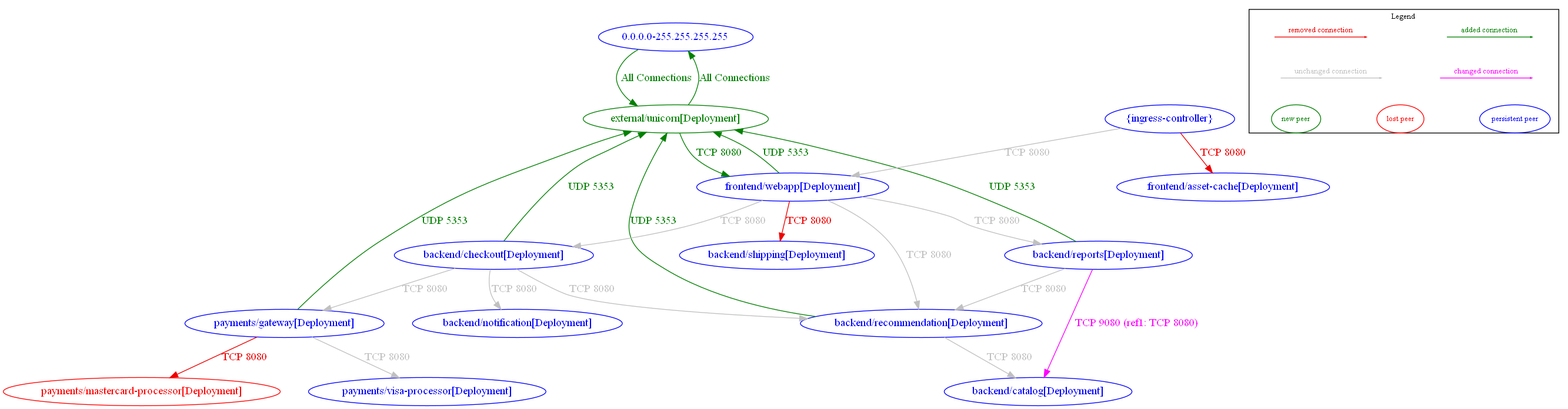
Before: test_outputs/diff/diff_between_acs-security-demos-new_and_acs-security-demos.dot.png, a diagram exported from Graphviz (np-guard/netpol-analyzer). Its source is kept beside it as test_outputs/diff/diff_between_acs-security-demos-new_and_acs-security-demos.dot. The source it was exported from:
```dot
digraph {
	"0.0.0.0-255.255.255.255" [label="0.0.0.0-255.255.255.255" color="blue" fontcolor="blue"]
	"backend/catalog[Deployment]" [label="backend/catalog[Deployment]" color="blue" fontcolor="blue"]
	"backend/checkout[Deployment]" [label="backend/checkout[Deployment]" color="blue" fontcolor="blue"]
	"backend/notification[Deployment]" [label="backend/notification[Deployment]" color="blue" fontcolor="blue"]
	"backend/recommendation[Deployment]" [label="backend/recommendation[Deployment]" color="blue" fontcolor="blue"]
	"backend/reports[Deployment]" [label="backend/reports[Deployment]" color="blue" fontcolor="blue"]
	"backend/shipping[Deployment]" [label="backend/shipping[Deployment]" color="blue" fontcolor="blue"]
	"external/unicorn[Deployment]" [label="external/unicorn[Deployment]" color="#008000" fontcolor="#008000"]
	"frontend/asset-cache[Deployment]" [label="frontend/asset-cache[Deployment]" color="blue" fontcolor="blue"]
	"frontend/webapp[Deployment]" [label="frontend/webapp[Deployment]" color="blue" fontcolor="blue"]
	"payments/gateway[Deployment]" [label="payments/gateway[Deployment]" color="blue" fontcolor="blue"]
	"payments/mastercard-processor[Deployment]" [label="payments/mastercard-processor[Deployment]" color="red" fontcolor="red"]
	"payments/visa-processor[Deployment]" [label="payments/visa-processor[Deployment]" color="blue" fontcolor="blue"]
	"{ingress-controller}" [label="{ingress-controller}" color="blue" fontcolor="blue"]
	"0.0.0.0-255.255.255.255" -> "external/unicorn[Deployment]" [label="All Connections" color="#008000" fontcolor="#008000"]
	"backend/checkout[Deployment]" -> "backend/notification[Deployment]" [label="TCP 8080" color="grey" fontcolor="grey"]
	"backend/checkout[Deployment]" -> "backend/recommendation[Deployment]" [label="TCP 8080" color="grey" fontcolor="grey"]
	"backend/checkout[Deployment]" -> "external/unicorn[Deployment]" [label="UDP 5353" color="#008000" fontcolor="#008000"]
	"backend/checkout[Deployment]" -> "payments/gateway[Deployment]" [label="TCP 8080" color="grey" fontcolor="grey"]
	"backend/recommendation[Deployment]" -> "backend/catalog[Deployment]" [label="TCP 8080" color="grey" fontcolor="grey"]
	"backend/recommendation[Deployment]" -> "external/unicorn[Deployment]" [label="UDP 5353" color="#008000" fontcolor="#008000"]
	"backend/reports[Deployment]" -> "backend/catalog[Deployment]" [label="TCP 9080 (ref1: TCP 8080)" color="magenta" fontcolor="magenta"]
	"backend/reports[Deployment]" -> "backend/recommendation[Deployment]" [label="TCP 8080" color="grey" fontcolor="grey"]
	"backend/reports[Deployment]" -> "external/unicorn[Deployment]" [label="UDP 5353" color="#008000" fontcolor="#008000"]
	"external/unicorn[Deployment]" -> "0.0.0.0-255.255.255.255" [label="All Connections" color="#008000" fontcolor="#008000"]
	"external/unicorn[Deployment]" -> "frontend/webapp[Deployment]" [label="TCP 8080" color="#008000" fontcolor="#008000"]
	"frontend/webapp[Deployment]" -> "backend/checkout[Deployment]" [label="TCP 8080" color="grey" fontcolor="grey"]
	"frontend/webapp[Deployment]" -> "backend/recommendation[Deployment]" [label="TCP 8080" color="grey" fontcolor="grey"]
	"frontend/webapp[Deployment]" -> "backend/reports[Deployment]" [label="TCP 8080" color="grey" fontcolor="grey"]
	"frontend/webapp[Deployment]" -> "backend/shipping[Deployment]" [label="TCP 8080" color="red2" fontcolor="red2"]
	"frontend/webapp[Deployment]" -> "external/unicorn[Deployment]" [label="UDP 5353" color="#008000" fontcolor="#008000"]
	"payments/gateway[Deployment]" -> "external/unicorn[Deployment]" [label="UDP 5353" color="#008000" fontcolor="#008000"]
	"payments/gateway[Deployment]" -> "payments/mastercard-processor[Deployment]" [label="TCP 8080" color="red2" fontcolor="red2"]
	"payments/gateway[Deployment]" -> "payments/visa-processor[Deployment]" [label="TCP 8080" color="grey" fontcolor="grey"]
	"{ingress-controller}" -> "frontend/asset-cache[Deployment]" [label="TCP 8080" color="red2" fontcolor="red2"]
	"{ingress-controller}" -> "frontend/webapp[Deployment]" [label="TCP 8080" color="grey" fontcolor="grey"]
	nodesep=0.5
	subgraph cluster_legend {
		label="Legend"
		fontsize = 10
		margin=0
		a [style=invis height=0 width=0]
		b [style=invis height=0 width=0]
		c [style=invis height=0 width=0]
		d [style=invis height=0 width=0]
		e [style=invis height=0 width=0]
		f [style=invis height=0 width=0]
		g [style=invis height=0 width=0]
		h [style=invis height=0 width=0]
		{rank=source a b c d}
		{rank=same e f g h}
		a -> b [label="added connection", color="#008000" fontcolor="#008000" fontsize = 10 arrowsize=0.2]
		c -> d [label="removed connection", color="red2" fontcolor="red2" fontsize = 10 arrowsize=0.2]
		e -> f [label="changed connection", color="magenta" fontcolor="magenta" fontsize = 10 arrowsize=0.2]
		g -> h [label="unchanged connection", color="grey" fontcolor="grey" fontsize = 10 arrowsize=0.2]
		np [label="new peer" color="#008000" fontcolor="#008000" fontsize = 10]
		lp [label="lost peer" color="red" fontcolor="red" fontsize = 10]
		pp [label="persistent peer" color="blue" fontcolor="blue" fontsize = 10]
		{rank=sink np lp pp}
		np->lp [style=invis]
		lp->pp [style=invis]
	}
}
```
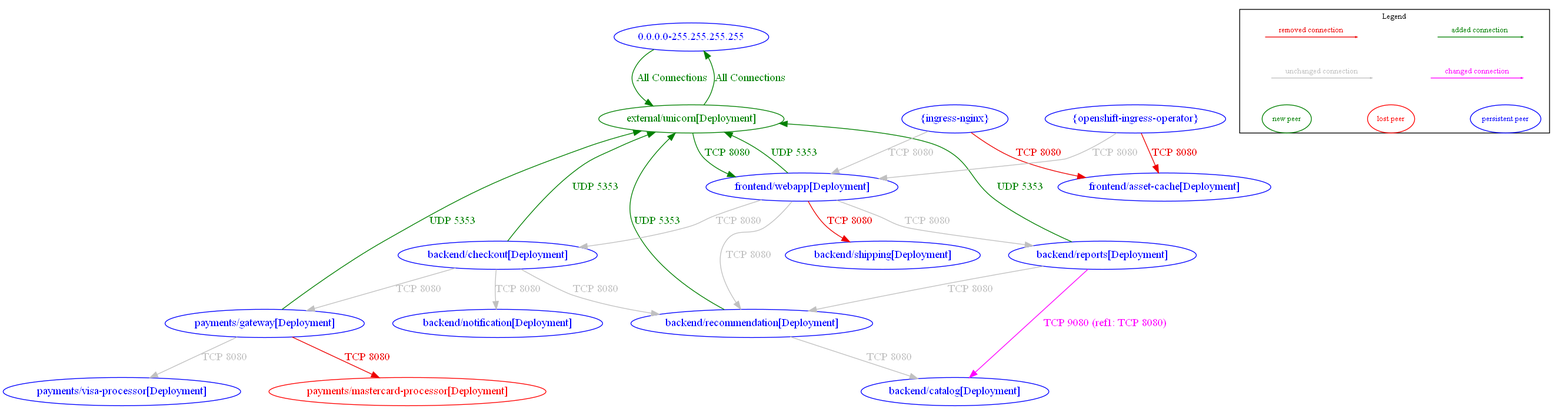
The same diagram one commit later.

The edit, as a diff of the source:
```diff
@@ -12,7 +12,8 @@
 	"payments/gateway[Deployment]" [label="payments/gateway[Deployment]" color="blue" fontcolor="blue"]
 	"payments/mastercard-processor[Deployment]" [label="payments/mastercard-processor[Deployment]" color="red" fontcolor="red"]
 	"payments/visa-processor[Deployment]" [label="payments/visa-processor[Deployment]" color="blue" fontcolor="blue"]
-	"{ingress-controller}" [label="{ingress-controller}" color="blue" fontcolor="blue"]
+	"{ingress-nginx}" [label="{ingress-nginx}" color="blue" fontcolor="blue"]
+	"{openshift-ingress-operator}" [label="{openshift-ingress-operator}" color="blue" fontcolor="blue"]
 	"0.0.0.0-255.255.255.255" -> "external/unicorn[Deployment]" [label="All Connections" color="#008000" fontcolor="#008000"]
 	"backend/checkout[Deployment]" -> "backend/notification[Deployment]" [label="TCP 8080" color="grey" fontcolor="grey"]
 	"backend/checkout[Deployment]" -> "backend/recommendation[Deployment]" [label="TCP 8080" color="grey" fontcolor="grey"]
@@ -33,8 +34,10 @@
 	"payments/gateway[Deployment]" -> "external/unicorn[Deployment]" [label="UDP 5353" color="#008000" fontcolor="#008000"]
 	"payments/gateway[Deployment]" -> "payments/mastercard-processor[Deployment]" [label="TCP 8080" color="red2" fontcolor="red2"]
 	"payments/gateway[Deployment]" -> "payments/visa-processor[Deployment]" [label="TCP 8080" color="grey" fontcolor="grey"]
-	"{ingress-controller}" -> "frontend/asset-cache[Deployment]" [label="TCP 8080" color="red2" fontcolor="red2"]
-	"{ingress-controller}" -> "frontend/webapp[Deployment]" [label="TCP 8080" color="grey" fontcolor="grey"]
+	"{ingress-nginx}" -> "frontend/asset-cache[Deployment]" [label="TCP 8080" color="red2" fontcolor="red2"]
+	"{ingress-nginx}" -> "frontend/webapp[Deployment]" [label="TCP 8080" color="grey" fontcolor="grey"]
+	"{openshift-ingress-operator}" -> "frontend/asset-cache[Deployment]" [label="TCP 8080" color="red2" fontcolor="red2"]
+	"{openshift-ingress-operator}" -> "frontend/webapp[Deployment]" [label="TCP 8080" color="grey" fontcolor="grey"]
 	nodesep=0.5
 	subgraph cluster_legend {
 		label="Legend"
```
